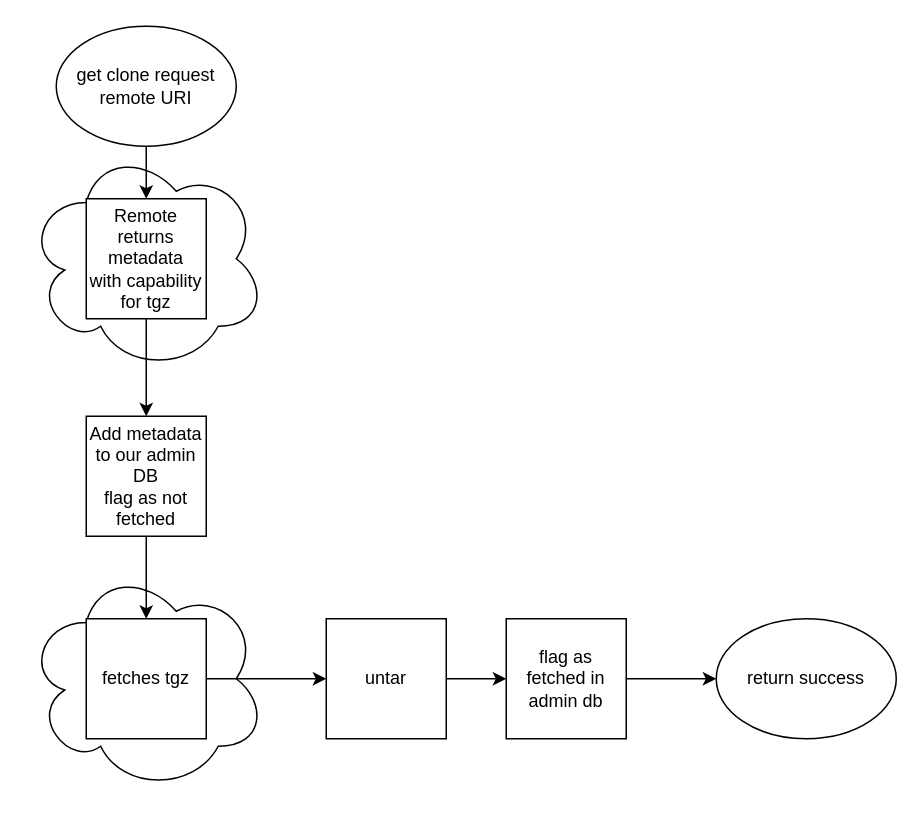
Before: docs/architectural-diagrams/clone.drawio in terminusdb/terminusdb, a draw.io diagram. Source tidied: cells renumbered, new cells numbered last; positions are measured from the earlier drawing's top-left corner, leaving out a move shared by most shapes. Both pictures are drawn from the tidied source at 150%, with x=0, y=0 at pixel (26, 26).
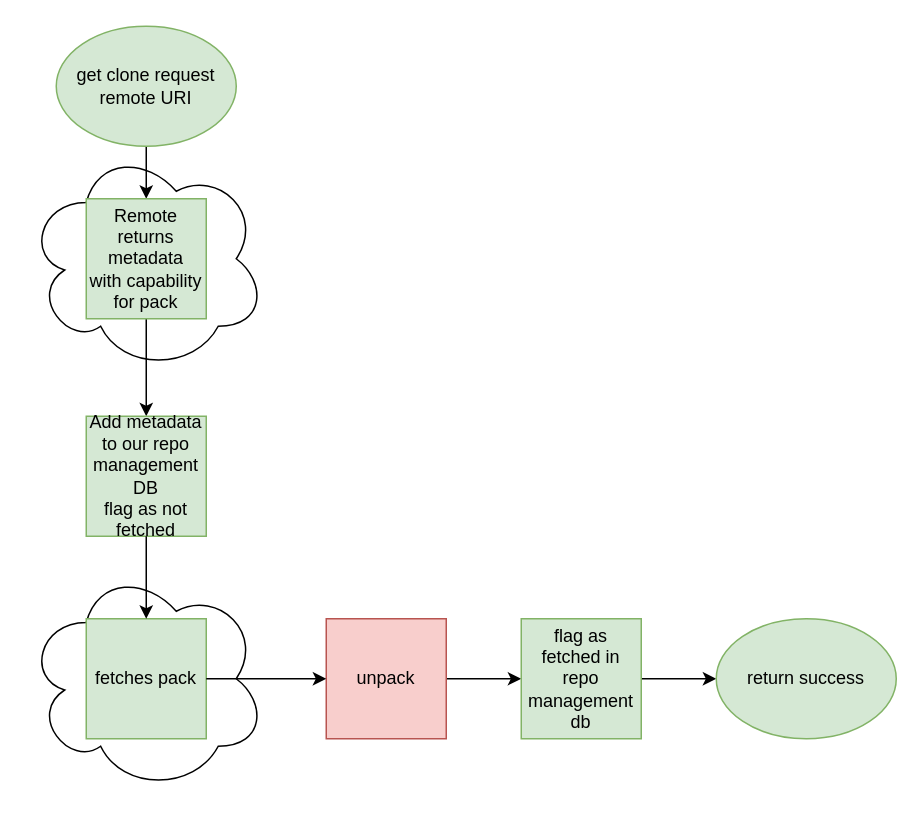
After the change.

Change to the diagram source:
```diff
@@
 <mxGraphModel>
   <root>
     <mxCell id="0" />
     <mxCell id="1" parent="0" />
     <mxCell id="2" style="ellipse;shape=cloud;whiteSpace=wrap;html=1;" parent="1" vertex="1">
       <mxGeometry y="360" width="160" height="150" as="geometry" />
     </mxCell>
     <mxCell id="3" style="ellipse;shape=cloud;whiteSpace=wrap;html=1;" parent="1" vertex="1">
       <mxGeometry y="80" width="160" height="150" as="geometry" />
     </mxCell>
     <mxCell id="4" style="edgeStyle=orthogonalEdgeStyle;rounded=0;jettySize=auto;html=1;exitX=0.5;exitY=1;exitDx=0;exitDy=0;" parent="1" edge="1" source="7" target="8">
       <mxGeometry relative="1" as="geometry" />
     </mxCell>
     <mxCell id="5" style="edgeStyle=orthogonalEdgeStyle;rounded=0;jettySize=auto;html=1;" parent="1" edge="1" source="6" target="7">
       <mxGeometry relative="1" as="geometry" />
     </mxCell>
-    <mxCell id="6" value="get clone request remote URI" style="ellipse;whiteSpace=wrap;html=1;" parent="1" vertex="1">
+    <mxCell id="6" value="get clone request remote URI" style="ellipse;whiteSpace=wrap;html=1;fillColor=#d5e8d4;strokeColor=#82b366;" parent="1" vertex="1">
       <mxGeometry x="20" width="120" height="80" as="geometry" />
     </mxCell>
-    <mxCell id="7" value="&lt;div&gt;Remote&lt;/div&gt;&lt;div&gt;returns metadata&lt;/div&gt;&lt;div&gt;with capability for tgz&lt;br&gt;&lt;/div&gt;" style="whiteSpace=wrap;html=1;" parent="1" vertex="1">
+    <mxCell id="7" value="&lt;div&gt;Remote&lt;/div&gt;&lt;div&gt;returns metadata&lt;/div&gt;&lt;div&gt;with capability for pack&lt;br&gt;&lt;/div&gt;" style="whiteSpace=wrap;html=1;fillColor=#d5e8d4;strokeColor=#82b366;" parent="1" vertex="1">
       <mxGeometry x="40" y="115" width="80" height="80" as="geometry" />
     </mxCell>
-    <mxCell id="8" value="&lt;div&gt;Add metadata to our admin DB&lt;/div&gt;&lt;div&gt;flag as not fetched&lt;br&gt;&lt;/div&gt;" style="whiteSpace=wrap;html=1;" parent="1" vertex="1">
+    <mxCell id="8" value="&lt;div&gt;Add metadata to our repo management DB&lt;/div&gt;&lt;div&gt;flag as not fetched&lt;br&gt;&lt;/div&gt;" style="whiteSpace=wrap;html=1;fillColor=#d5e8d4;strokeColor=#82b366;" parent="1" vertex="1">
       <mxGeometry x="40" y="260" width="80" height="80" as="geometry" />
     </mxCell>
-    <mxCell id="9" value="fetches tgz" style="whiteSpace=wrap;html=1;" parent="1" vertex="1">
+    <mxCell id="9" value="fetches pack" style="whiteSpace=wrap;html=1;fillColor=#d5e8d4;strokeColor=#82b366;" parent="1" vertex="1">
       <mxGeometry x="40" y="395" width="80" height="80" as="geometry" />
     </mxCell>
     <mxCell id="10" style="endArrow=classic;html=1;exitX=0.5;exitY=1;exitDx=0;exitDy=0;entryX=0.5;entryY=0;entryDx=0;entryDy=0;" parent="1" edge="1" source="8" target="9">
       <mxGeometry relative="1" as="geometry" />
     </mxCell>
     <mxCell id="11" style="edgeStyle=orthogonalEdgeStyle;rounded=0;jettySize=auto;html=1;" parent="1" edge="1" source="12" target="15">
       <mxGeometry relative="1" as="geometry" />
     </mxCell>
-    <mxCell id="12" value="untar" style="whiteSpace=wrap;html=1;" parent="1" vertex="1">
+    <mxCell id="12" value="unpack" style="whiteSpace=wrap;html=1;fillColor=#f8cecc;strokeColor=#b85450;" parent="1" vertex="1">
       <mxGeometry x="200" y="395" width="80" height="80" as="geometry" />
     </mxCell>
     <mxCell id="13" style="endArrow=classic;html=1;exitX=1;exitY=0.5;exitDx=0;exitDy=0;" parent="1" edge="1" source="9" target="12">
       <mxGeometry relative="1" as="geometry" />
     </mxCell>
     <mxCell id="14" style="edgeStyle=orthogonalEdgeStyle;rounded=0;jettySize=auto;html=1;" parent="1" edge="1" source="15" target="16">
       <mxGeometry relative="1" as="geometry" />
     </mxCell>
-    <mxCell id="15" value="flag as fetched in admin db" style="whiteSpace=wrap;html=1;" parent="1" vertex="1">
-      <mxGeometry x="320" y="395" width="80" height="80" as="geometry" />
+    <mxCell id="15" value="flag as fetched in repo management db" style="whiteSpace=wrap;html=1;fillColor=#d5e8d4;strokeColor=#82b366;" parent="1" vertex="1">
+      <mxGeometry x="330" y="395" width="80" height="80" as="geometry" />
     </mxCell>
-    <mxCell id="16" value="return success" style="ellipse;whiteSpace=wrap;html=1;" parent="1" vertex="1">
+    <mxCell id="16" value="return success" style="ellipse;whiteSpace=wrap;html=1;fillColor=#d5e8d4;strokeColor=#82b366;" parent="1" vertex="1">
       <mxGeometry x="460" y="395" width="120" height="80" as="geometry" />
     </mxCell>
   </root>
 </mxGraphModel>
```
